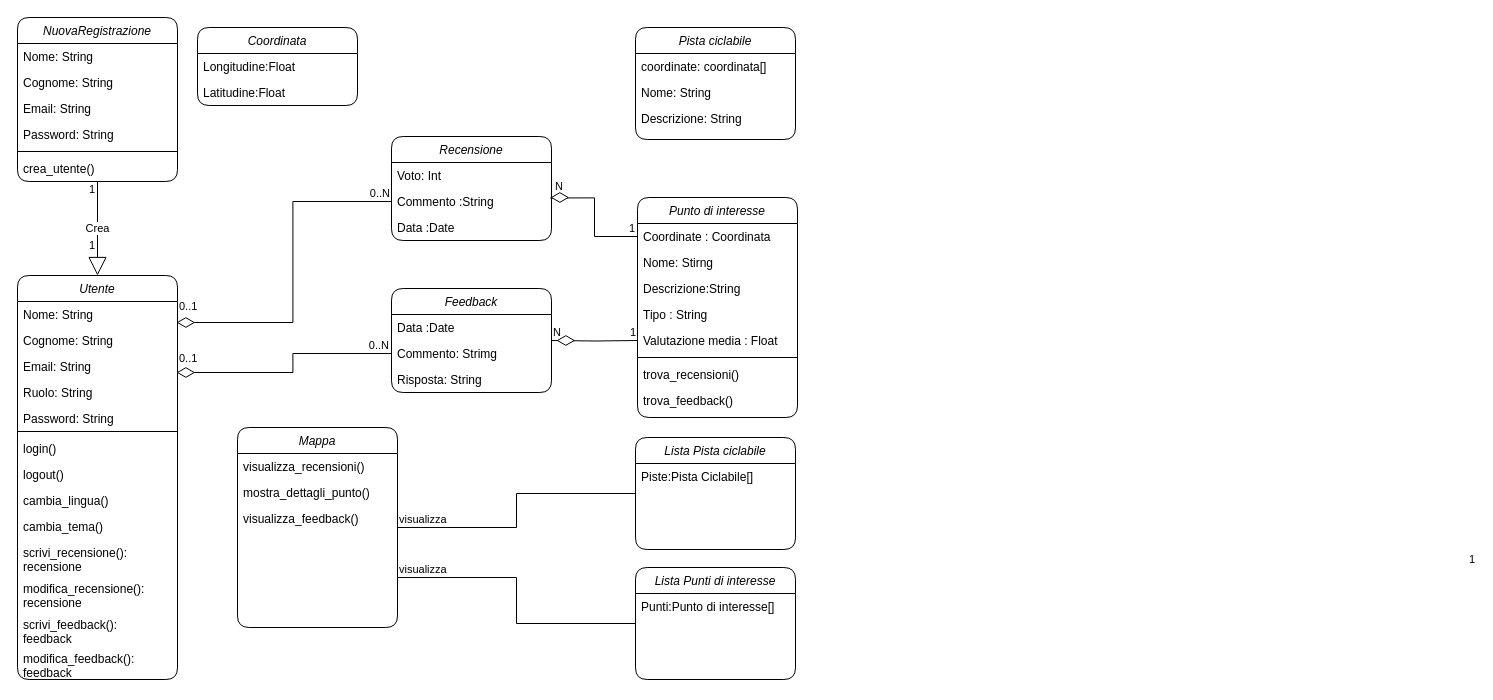
Before: DiagrammaClassi.drawio in riccardoFinelloUniTn/BikeInfo, a draw.io diagram. Source tidied: cells renumbered, new cells numbered last; positions are measured from the earlier drawing's top-left corner, leaving out a move shared by most shapes. Both pictures are drawn from the tidied source at 100%, with x=0, y=0 at pixel (17, 17).
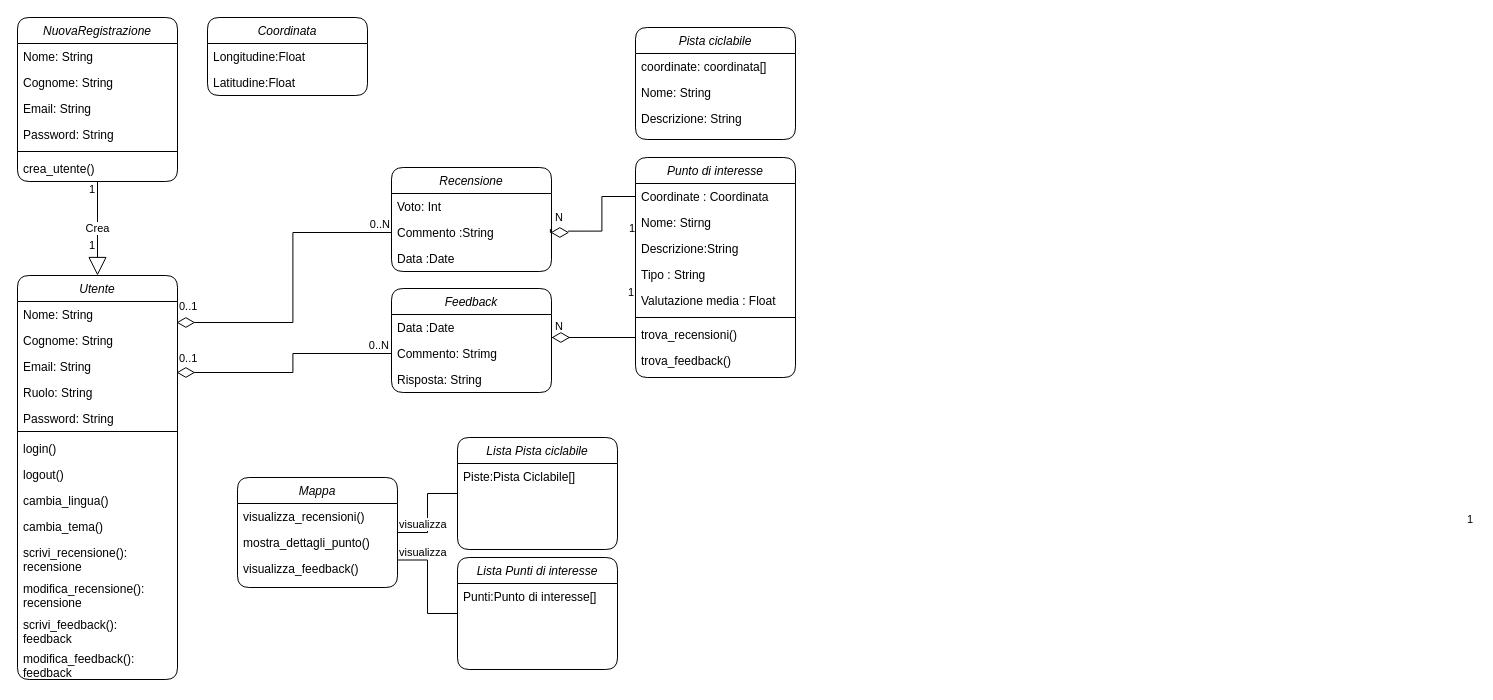
The same diagram, later.

The change refers to these unchanged cells:
```xml
<mxCell id="26" value="Coordinate : Coordinata" style="text;align=left;verticalAlign=top;spacingLeft=4;spacingRight=4;overflow=hidden;points=[[0,0.5],[1,0.5]];portConstraint=eastwest;" parent="25" vertex="1">
  <mxGeometry y="26" width="160" height="26" as="geometry" />
</mxCell>
<mxCell id="30" value="Valutazione media : Float" style="text;strokeColor=none;fillColor=none;align=left;verticalAlign=top;spacingLeft=4;spacingRight=4;overflow=hidden;points=[[0,0.5],[1,0.5]];portConstraint=eastwest;whiteSpace=wrap;html=1;" parent="25" vertex="1">
  <mxGeometry y="130" width="160" height="26" as="geometry" />
</mxCell>
<mxCell id="34" value="Feedback" style="swimlane;fontStyle=2;align=center;verticalAlign=top;horizontal=1;startSize=26;rounded=1;shadow=0;strokeWidth=1;glass=0;swimlaneLine=1;" parent="1" vertex="1">
  <mxGeometry x="374" y="271" width="160" height="104" as="geometry" />
</mxCell>
<mxCell id="46" value="Commento :String" style="text;align=left;verticalAlign=top;spacingLeft=4;spacingRight=4;overflow=hidden;points=[[0,0.5],[1,0.5]];portConstraint=eastwest;rounded=0;shadow=0;html=0;" parent="44" vertex="1">
  <mxGeometry y="52" width="160" height="26" as="geometry" />
</mxCell>
```

Diff of the diagram source:
```diff
@@
     <mxCell id="25" value="Punto di interesse" style="swimlane;fontStyle=2;align=center;verticalAlign=top;horizontal=1;startSize=26;rounded=1;shadow=0;strokeWidth=1;glass=0;swimlaneLine=1;" parent="1" vertex="1">
-      <mxGeometry x="620" y="180" width="160" height="220" as="geometry" />
+      <mxGeometry x="618" y="140" width="160" height="220" as="geometry" />
     </mxCell>
@@
     <mxCell id="35" style="endArrow=none;html=1;edgeStyle=orthogonalEdgeStyle;rounded=0;entryX=0;entryY=0.5;entryDx=0;entryDy=0;" parent="34" edge="1" target="30">
       <mxGeometry relative="1" as="geometry">
         <mxPoint x="160" y="52" as="sourcePoint" />
+        <Array as="points">
+          <mxPoint x="160" y="49" />
+          <mxPoint x="244" y="49" />
+        </Array>
       </mxGeometry>
     </mxCell>
     <mxCell id="36" value="N" style="edgeLabel;html=1;align=left;verticalAlign=bottom;" parent="35" vertex="1">
-      <mxGeometry x="-1" relative="1" as="geometry" />
+      <mxGeometry x="-1" relative="1" as="geometry">
+        <mxPoint x="2" y="-6" as="offset" />
+      </mxGeometry>
     </mxCell>
@@
-    <mxCell id="41" style="endArrow=none;html=1;edgeStyle=orthogonalEdgeStyle;rounded=0;exitX=0;exitY=0.5;exitDx=0;exitDy=0;entryX=0.993;entryY=0.363;entryDx=0;entryDy=0;entryPerimeter=0;" parent="1" edge="1" source="26" target="46">
+    <mxCell id="41" style="endArrow=none;html=1;edgeStyle=orthogonalEdgeStyle;rounded=0;exitX=0;exitY=0.5;exitDx=0;exitDy=0;entryX=0.993;entryY=0.363;entryDx=0;entryDy=0;entryPerimeter=0;" parent="1" edge="1" source="65" target="46">
       <mxGeometry relative="1" as="geometry" />
     </mxCell>
-    <mxCell id="42" value="1" style="edgeLabel;html=1;align=left;verticalAlign=bottom;" parent="41" vertex="1">
-      <mxGeometry x="-1" relative="1" as="geometry">
-        <mxPoint x="830" y="331" as="offset" />
-      </mxGeometry>
-    </mxCell>
@@
     <mxCell id="44" value="Recensione" style="swimlane;fontStyle=2;align=center;verticalAlign=top;horizontal=1;startSize=26;rounded=1;shadow=0;strokeWidth=1;glass=0;swimlaneLine=1;" parent="1" vertex="1">
-      <mxGeometry x="374" y="119" width="160" height="104" as="geometry" />
+      <mxGeometry x="374" y="150" width="160" height="104" as="geometry" />
     </mxCell>
@@
     <mxCell id="64" style="html=1;whiteSpace=wrap;shape=isoRectangle;" parent="1" vertex="1">
-      <mxGeometry x="540" y="318" width="16.7" height="10" as="geometry" />
+      <mxGeometry x="535" y="315" width="16.7" height="10" as="geometry" />
     </mxCell>
-    <mxCell id="65" style="html=1;whiteSpace=wrap;shape=isoRectangle;" parent="1" vertex="1">
-      <mxGeometry x="534" y="175" width="16.7" height="10" as="geometry" />
-    </mxCell>
@@
     <mxCell id="67" value="Mappa" style="swimlane;fontStyle=2;align=center;verticalAlign=top;horizontal=1;startSize=26;rounded=1;shadow=0;strokeWidth=1;glass=0;swimlaneLine=1;" parent="1" vertex="1">
-      <mxGeometry x="220" y="410" width="160" height="200" as="geometry" />
+      <mxGeometry x="220" y="460" width="160" height="110" as="geometry" />
     </mxCell>
@@
     <mxCell id="70" value="visualizza_feedback()" style="text;align=left;verticalAlign=top;spacingLeft=4;spacingRight=4;overflow=hidden;rounded=0;shadow=0;html=0;" parent="67" vertex="1">
-      <mxGeometry y="78" width="160" height="122" as="geometry" />
+      <mxGeometry y="78" width="160" height="32" as="geometry" />
     </mxCell>
     <mxCell id="71" value="Lista Pista ciclabile" style="swimlane;fontStyle=2;align=center;verticalAlign=top;horizontal=1;startSize=26;rounded=1;shadow=0;strokeWidth=1;glass=0;swimlaneLine=1;" parent="1" vertex="1">
-      <mxGeometry x="618" y="420" width="160" height="112" as="geometry" />
+      <mxGeometry x="440" y="420" width="160" height="112" as="geometry" />
     </mxCell>
@@
     <mxCell id="73" value="Lista Punti di interesse" style="swimlane;fontStyle=2;align=center;verticalAlign=top;horizontal=1;startSize=26;rounded=1;shadow=0;strokeWidth=1;glass=0;swimlaneLine=1;" parent="1" vertex="1">
-      <mxGeometry x="618" y="550" width="160" height="112" as="geometry" />
+      <mxGeometry x="440" y="540" width="160" height="112" as="geometry" />
     </mxCell>
@@
     <mxCell id="79" value="Coordinata" style="swimlane;fontStyle=2;align=center;verticalAlign=top;horizontal=1;startSize=26;rounded=1;shadow=0;strokeWidth=1;glass=0;swimlaneLine=1;" parent="1" vertex="1">
-      <mxGeometry x="180" y="10" width="160" height="78" as="geometry" />
+      <mxGeometry x="190" width="160" height="78" as="geometry" />
     </mxCell>
@@
+    <mxCell id="82" style="endArrow=none;html=1;edgeStyle=orthogonalEdgeStyle;rounded=0;exitX=0;exitY=0.5;exitDx=0;exitDy=0;entryX=0.993;entryY=0.363;entryDx=0;entryDy=0;entryPerimeter=0;" parent="1" edge="1" source="26" target="65">
+      <mxGeometry relative="1" as="geometry" />
+    </mxCell>
+    <mxCell id="42" value="1" style="edgeLabel;html=1;align=left;verticalAlign=bottom;" parent="82" vertex="1">
+      <mxGeometry x="-1" relative="1" as="geometry">
+        <mxPoint x="830" y="331" as="offset" />
+      </mxGeometry>
+    </mxCell>
+    <mxCell id="65" style="html=1;whiteSpace=wrap;shape=isoRectangle;" parent="1" vertex="1">
+      <mxGeometry x="534" y="210" width="16.7" height="10" as="geometry" />
+    </mxCell>
```
